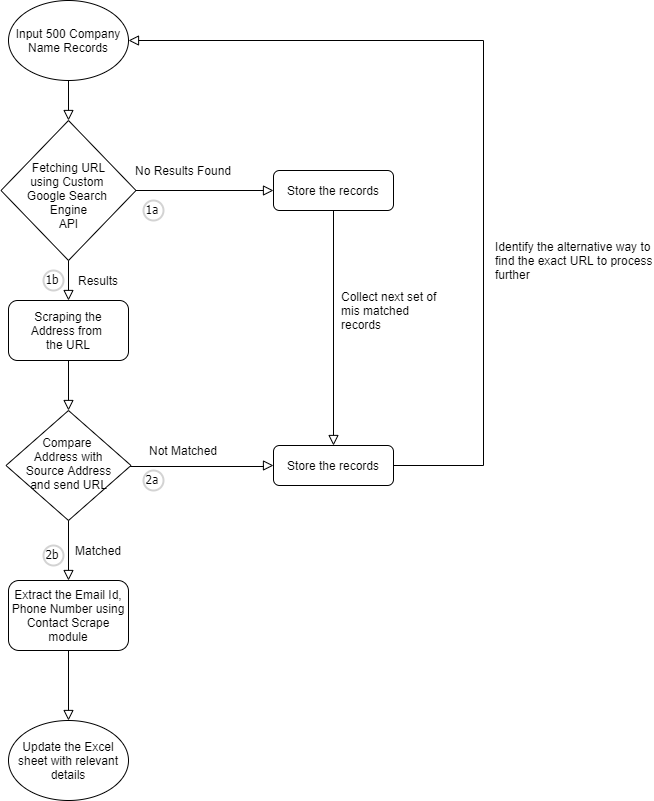
Earlier version of the draw.io export ContactScraperFlowDiagramv1.png (meenapushpa/micontactscraper). Source tidied: cells renumbered, new cells last; positions are measured from the earlier drawing's top-left corner, leaving out a move shared by most shapes. Source of this version:
```xml
<mxGraphModel>
  <root>
    <mxCell id="0" />
    <mxCell id="1" parent="0" />
    <mxCell id="2" value="&lt;div&gt;&lt;br&gt;&lt;/div&gt;&lt;div&gt;Fetching URL&lt;/div&gt;&lt;div&gt;using Custom&amp;nbsp;&lt;/div&gt;&lt;div&gt;Google Search&amp;nbsp;&lt;/div&gt;&lt;div&gt;Engine&lt;/div&gt;&lt;div&gt;API&lt;/div&gt;" style="rhombus;whiteSpace=wrap;html=1;shadow=0;fontFamily=Helvetica;fontSize=12;align=center;strokeWidth=1;spacing=6;spacingTop=-4;" parent="1" vertex="1">
      <mxGeometry x="-0.5" y="120" width="135" height="140" as="geometry" />
    </mxCell>
    <mxCell id="3" value="Store the records" style="rounded=1;whiteSpace=wrap;html=1;fontSize=12;glass=0;strokeWidth=1;shadow=0;" parent="1" vertex="1">
      <mxGeometry x="272" y="170" width="120" height="40" as="geometry" />
    </mxCell>
    <mxCell id="4" value="Compare&amp;nbsp;&lt;br&gt;&amp;nbsp;Address with&amp;nbsp;&lt;br&gt;Source Address&lt;br&gt;and send URL" style="rhombus;whiteSpace=wrap;html=1;shadow=0;fontFamily=Helvetica;fontSize=12;align=center;strokeWidth=1;spacing=6;spacingTop=-4;" parent="1" vertex="1">
      <mxGeometry x="4.5" y="410" width="125" height="110" as="geometry" />
    </mxCell>
    <mxCell id="5" value="Extract the Email Id, Phone Number using Contact Scrape module" style="rounded=1;whiteSpace=wrap;html=1;fontSize=12;glass=0;strokeWidth=1;shadow=0;" parent="1" vertex="1">
      <mxGeometry x="7" y="580" width="120" height="70" as="geometry" />
    </mxCell>
    <mxCell id="6" value="Store the records" style="rounded=1;whiteSpace=wrap;html=1;fontSize=12;glass=0;strokeWidth=1;shadow=0;" parent="1" vertex="1">
      <mxGeometry x="272" y="445" width="120" height="40" as="geometry" />
    </mxCell>
    <mxCell id="7" style="rounded=0;html=1;jettySize=auto;fontSize=11;endArrow=block;endFill=0;endSize=8;strokeWidth=1;shadow=0;labelBackgroundColor=none;edgeStyle=orthogonalEdgeStyle;entryX=0;entryY=0.5;entryDx=0;entryDy=0;" parent="1" edge="1" source="2" target="3">
      <mxGeometry relative="1" as="geometry" />
    </mxCell>
    <mxCell id="8" style="rounded=0;html=1;jettySize=auto;orthogonalLoop=1;fontSize=11;endArrow=block;endFill=0;endSize=8;strokeWidth=1;shadow=0;labelBackgroundColor=none;edgeStyle=orthogonalEdgeStyle;" parent="1" edge="1">
      <mxGeometry relative="1" as="geometry">
        <mxPoint x="67" y="80" as="sourcePoint" />
        <mxPoint x="67" y="120" as="targetPoint" />
      </mxGeometry>
    </mxCell>
    <mxCell id="9" value="&lt;span&gt;Input 500 Company Name Records&lt;/span&gt;" style="ellipse;whiteSpace=wrap;html=1;" parent="1" vertex="1">
      <mxGeometry x="7" width="120" height="80" as="geometry" />
    </mxCell>
    <mxCell id="10" value="No Results Found" style="text;html=1;strokeColor=none;fillColor=none;align=center;verticalAlign=middle;whiteSpace=wrap;rounded=0;" parent="1" vertex="1">
      <mxGeometry x="117" y="160" width="130" height="20" as="geometry" />
    </mxCell>
    <mxCell id="11" style="rounded=0;html=1;jettySize=auto;fontSize=11;endArrow=block;endFill=0;endSize=8;strokeWidth=1;shadow=0;labelBackgroundColor=none;edgeStyle=orthogonalEdgeStyle;entryX=0.5;entryY=0;entryDx=0;entryDy=0;" parent="1" edge="1" source="15" target="4">
      <mxGeometry relative="1" as="geometry" />
    </mxCell>
    <mxCell id="12" value="Results" style="text;html=1;strokeColor=none;fillColor=none;align=center;verticalAlign=middle;whiteSpace=wrap;rounded=0;" parent="1" vertex="1">
      <mxGeometry x="32" y="270" width="130" height="20" as="geometry" />
    </mxCell>
    <mxCell id="13" style="rounded=0;html=1;jettySize=auto;fontSize=11;endArrow=block;endFill=0;endSize=8;strokeWidth=1;shadow=0;labelBackgroundColor=none;edgeStyle=orthogonalEdgeStyle;exitX=0.09;exitY=1.3;exitDx=0;exitDy=0;exitPerimeter=0;entryX=0;entryY=0.5;entryDx=0;entryDy=0;" parent="1" edge="1" source="14" target="6">
      <mxGeometry relative="1" as="geometry">
        <Array as="points">
          <mxPoint x="262" y="466" />
        </Array>
      </mxGeometry>
    </mxCell>
    <mxCell id="14" value="Not Matched" style="text;html=1;strokeColor=none;fillColor=none;align=center;verticalAlign=middle;whiteSpace=wrap;rounded=0;" parent="1" vertex="1">
      <mxGeometry x="117" y="440" width="130" height="20" as="geometry" />
    </mxCell>
    <mxCell id="15" value="&lt;span&gt;Scraping the&lt;/span&gt;&lt;br&gt;&lt;span&gt;Address from&amp;nbsp;&lt;/span&gt;&lt;br&gt;&lt;span&gt;the URL&lt;/span&gt;" style="rounded=1;whiteSpace=wrap;html=1;" parent="1" vertex="1">
      <mxGeometry x="7" y="300" width="120" height="60" as="geometry" />
    </mxCell>
    <mxCell id="16" style="rounded=0;html=1;jettySize=auto;fontSize=11;endArrow=block;endFill=0;endSize=8;strokeWidth=1;shadow=0;labelBackgroundColor=none;edgeStyle=orthogonalEdgeStyle;entryX=0.5;entryY=0;entryDx=0;entryDy=0;" parent="1" edge="1" target="15">
      <mxGeometry relative="1" as="geometry">
        <mxPoint x="67" y="260" as="sourcePoint" />
      </mxGeometry>
    </mxCell>
    <mxCell id="17" style="rounded=0;html=1;jettySize=auto;fontSize=11;endArrow=block;endFill=0;endSize=8;strokeWidth=1;shadow=0;labelBackgroundColor=none;edgeStyle=orthogonalEdgeStyle;exitX=0.5;exitY=1;exitDx=0;exitDy=0;" parent="1" edge="1" source="4" target="5">
      <mxGeometry relative="1" as="geometry" />
    </mxCell>
    <mxCell id="18" value="Matched" style="text;html=1;strokeColor=none;fillColor=none;align=center;verticalAlign=middle;whiteSpace=wrap;rounded=0;" parent="1" vertex="1">
      <mxGeometry x="32" y="540" width="130" height="20" as="geometry" />
    </mxCell>
    <mxCell id="19" value="&lt;span&gt;Update the Excel sheet with relevant details&lt;/span&gt;" style="ellipse;whiteSpace=wrap;html=1;" parent="1" vertex="1">
      <mxGeometry x="7" y="720" width="120" height="80" as="geometry" />
    </mxCell>
    <mxCell id="20" style="rounded=0;html=1;jettySize=auto;fontSize=11;endArrow=block;endFill=0;endSize=8;strokeWidth=1;shadow=0;labelBackgroundColor=none;edgeStyle=orthogonalEdgeStyle;exitX=0.5;exitY=1;exitDx=0;exitDy=0;" parent="1" edge="1" source="5" target="19">
      <mxGeometry relative="1" as="geometry" />
    </mxCell>
    <mxCell id="21" value="1a" style="ellipse;whiteSpace=wrap;html=1;strokeWidth=2;fontFamily=Tahoma;spacingBottom=4;spacingRight=2;strokeColor=#d3d3d3;" parent="1" vertex="1">
      <mxGeometry x="142" y="200" width="20" height="20" as="geometry" />
    </mxCell>
    <mxCell id="22" value="1b" style="ellipse;whiteSpace=wrap;html=1;strokeWidth=2;fontFamily=Tahoma;spacingBottom=4;spacingRight=2;strokeColor=#d3d3d3;" parent="1" vertex="1">
      <mxGeometry x="42" y="270" width="20" height="20" as="geometry" />
    </mxCell>
    <mxCell id="23" value="2a" style="ellipse;whiteSpace=wrap;html=1;strokeWidth=2;fontFamily=Tahoma;spacingBottom=4;spacingRight=2;strokeColor=#d3d3d3;" parent="1" vertex="1">
      <mxGeometry x="142" y="470" width="20" height="20" as="geometry" />
    </mxCell>
    <mxCell id="24" value="2b" style="ellipse;whiteSpace=wrap;html=1;strokeWidth=2;fontFamily=Tahoma;spacingBottom=4;spacingRight=2;strokeColor=#d3d3d3;" parent="1" vertex="1">
      <mxGeometry x="42" y="545" width="20" height="20" as="geometry" />
    </mxCell>
    <mxCell id="25" style="rounded=0;html=1;jettySize=auto;fontSize=11;endArrow=block;endFill=0;endSize=8;strokeWidth=1;shadow=0;labelBackgroundColor=none;edgeStyle=orthogonalEdgeStyle;entryX=0.5;entryY=0;entryDx=0;entryDy=0;exitX=0.5;exitY=1;exitDx=0;exitDy=0;" parent="1" edge="1" source="3" target="6">
      <mxGeometry relative="1" as="geometry" />
    </mxCell>
    <mxCell id="26" style="rounded=0;html=1;jettySize=auto;fontSize=11;endArrow=block;endFill=0;endSize=8;strokeWidth=1;shadow=0;labelBackgroundColor=none;edgeStyle=orthogonalEdgeStyle;exitX=1;exitY=0.5;exitDx=0;exitDy=0;entryX=1;entryY=0.5;entryDx=0;entryDy=0;" parent="1" edge="1" source="6" target="9">
      <mxGeometry relative="1" as="geometry">
        <Array as="points">
          <mxPoint x="482" y="465" />
          <mxPoint x="482" y="40" />
        </Array>
      </mxGeometry>
    </mxCell>
    <mxCell id="27" value="Collect next set of mis matched records" style="text;html=1;strokeColor=none;fillColor=none;align=left;verticalAlign=middle;whiteSpace=wrap;rounded=0;" parent="1" vertex="1">
      <mxGeometry x="338" y="300" width="100" height="20" as="geometry" />
    </mxCell>
    <mxCell id="28" value="Identify the alternative way to find the exact URL to process further" style="text;html=1;strokeColor=none;fillColor=none;align=left;verticalAlign=middle;whiteSpace=wrap;rounded=0;" parent="1" vertex="1">
      <mxGeometry x="492" y="250" width="160" height="20" as="geometry" />
    </mxCell>
  </root>
</mxGraphModel>
```
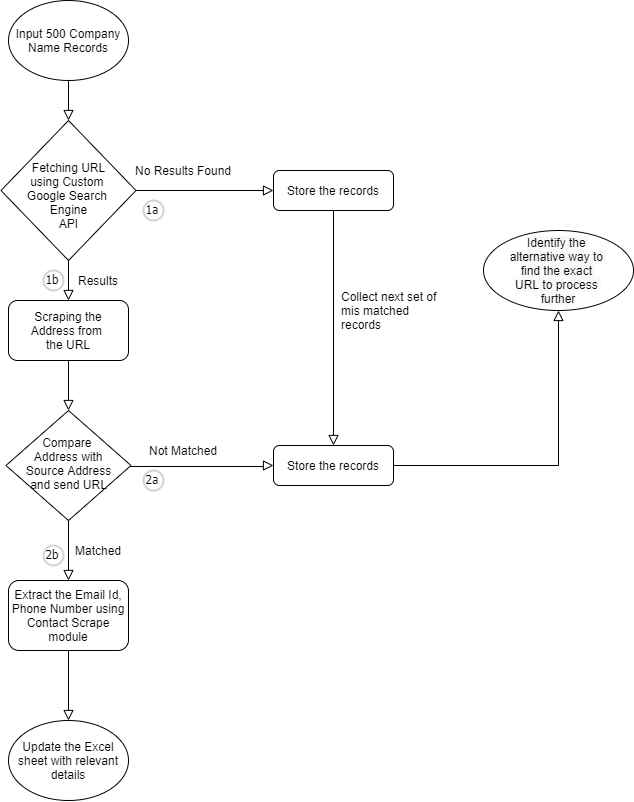
Above is the later version.

Commit message:
Updated Unprocessed Flow

Diff of the diagram source:
```diff
@@ -83,19 +83,18 @@
     <mxCell id="25" style="rounded=0;html=1;jettySize=auto;fontSize=11;endArrow=block;endFill=0;endSize=8;strokeWidth=1;shadow=0;labelBackgroundColor=none;edgeStyle=orthogonalEdgeStyle;entryX=0.5;entryY=0;entryDx=0;entryDy=0;exitX=0.5;exitY=1;exitDx=0;exitDy=0;" parent="1" edge="1" source="3" target="6">
       <mxGeometry relative="1" as="geometry" />
     </mxCell>
-    <mxCell id="26" style="rounded=0;html=1;jettySize=auto;fontSize=11;endArrow=block;endFill=0;endSize=8;strokeWidth=1;shadow=0;labelBackgroundColor=none;edgeStyle=orthogonalEdgeStyle;exitX=1;exitY=0.5;exitDx=0;exitDy=0;entryX=1;entryY=0.5;entryDx=0;entryDy=0;" parent="1" edge="1" source="6" target="9">
+    <mxCell id="26" style="rounded=0;html=1;jettySize=auto;fontSize=11;endArrow=block;endFill=0;endSize=8;strokeWidth=1;shadow=0;labelBackgroundColor=none;edgeStyle=orthogonalEdgeStyle;exitX=1;exitY=0.5;exitDx=0;exitDy=0;entryX=0.5;entryY=1;entryDx=0;entryDy=0;" parent="1" edge="1" source="6" target="28">
       <mxGeometry relative="1" as="geometry">
         <Array as="points">
-          <mxPoint x="482" y="465" />
-          <mxPoint x="482" y="40" />
+          <mxPoint x="557" y="465" />
         </Array>
       </mxGeometry>
     </mxCell>
     <mxCell id="27" value="Collect next set of mis matched records" style="text;html=1;strokeColor=none;fillColor=none;align=left;verticalAlign=middle;whiteSpace=wrap;rounded=0;" parent="1" vertex="1">
       <mxGeometry x="338" y="300" width="100" height="20" as="geometry" />
     </mxCell>
-    <mxCell id="28" value="Identify the alternative way to find the exact URL to process further" style="text;html=1;strokeColor=none;fillColor=none;align=left;verticalAlign=middle;whiteSpace=wrap;rounded=0;" parent="1" vertex="1">
-      <mxGeometry x="492" y="250" width="160" height="20" as="geometry" />
+    <mxCell id="28" value="&lt;span style=&quot;color: rgb(0 , 0 , 0) ; font-family: &amp;#34;helvetica&amp;#34; ; font-size: 12px ; font-style: normal ; font-weight: 400 ; letter-spacing: normal ; text-indent: 0px ; text-transform: none ; word-spacing: 0px ; background-color: rgb(248 , 249 , 250) ; display: inline ; float: none&quot;&gt;Identify the &lt;br&gt;alternative way to &lt;br&gt;find the exact &lt;br&gt;URL to process &lt;br&gt;further&lt;/span&gt;" style="ellipse;whiteSpace=wrap;html=1;align=center;" parent="1" vertex="1">
+      <mxGeometry x="482" y="230" width="150" height="80" as="geometry" />
     </mxCell>
   </root>
 </mxGraphModel>
```
